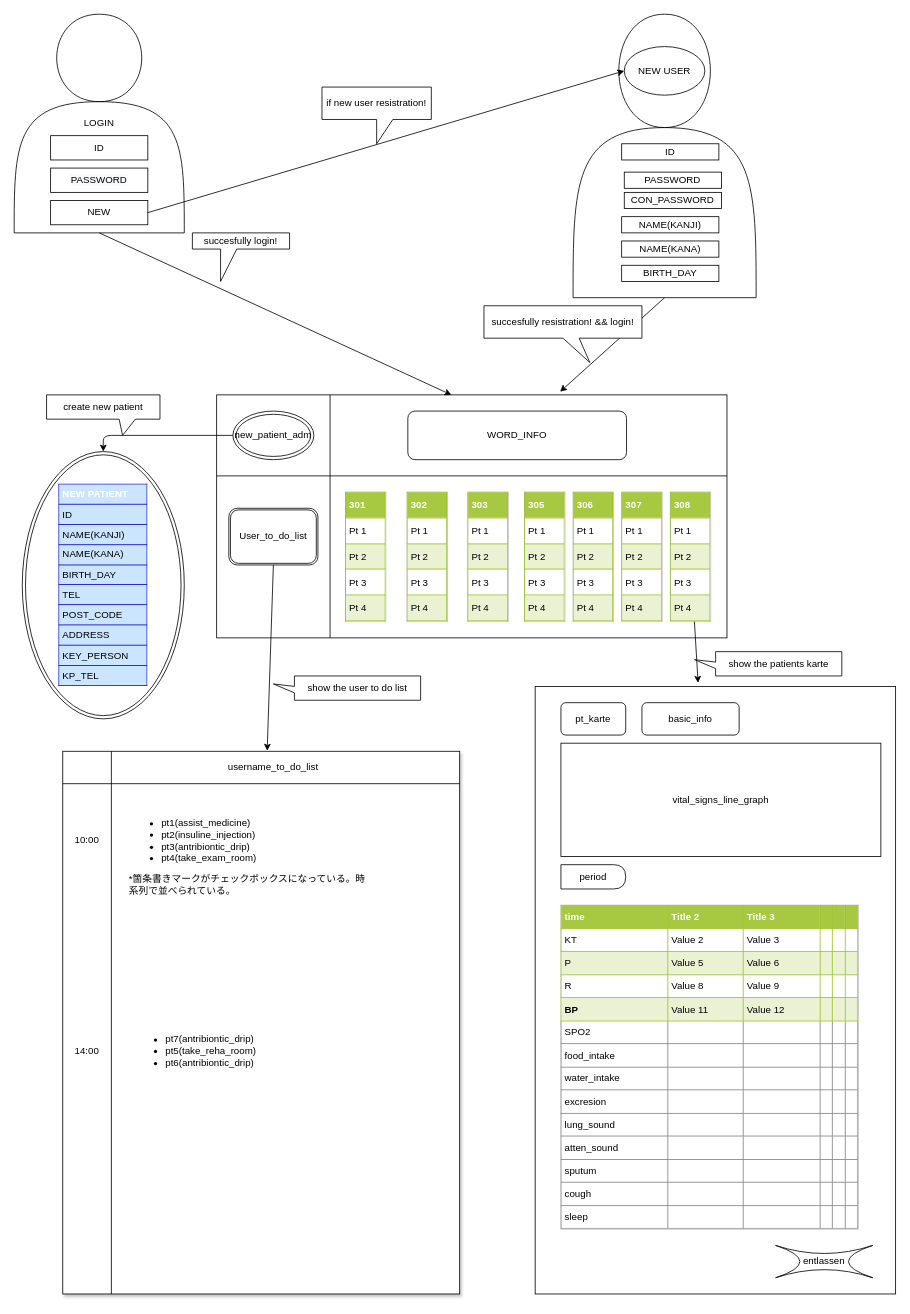
albion9007/karte1 keeps this draw.io diagram as draws/Screen_transition.drawio. Above is the earlier version. Source tidied: cells renumbered, new cells numbered last; positions are measured from the earlier drawing's top-left corner, leaving out a move shared by most shapes. Both pictures are drawn from the tidied source at 81%, with x=0, y=0 at pixel (14, 14).
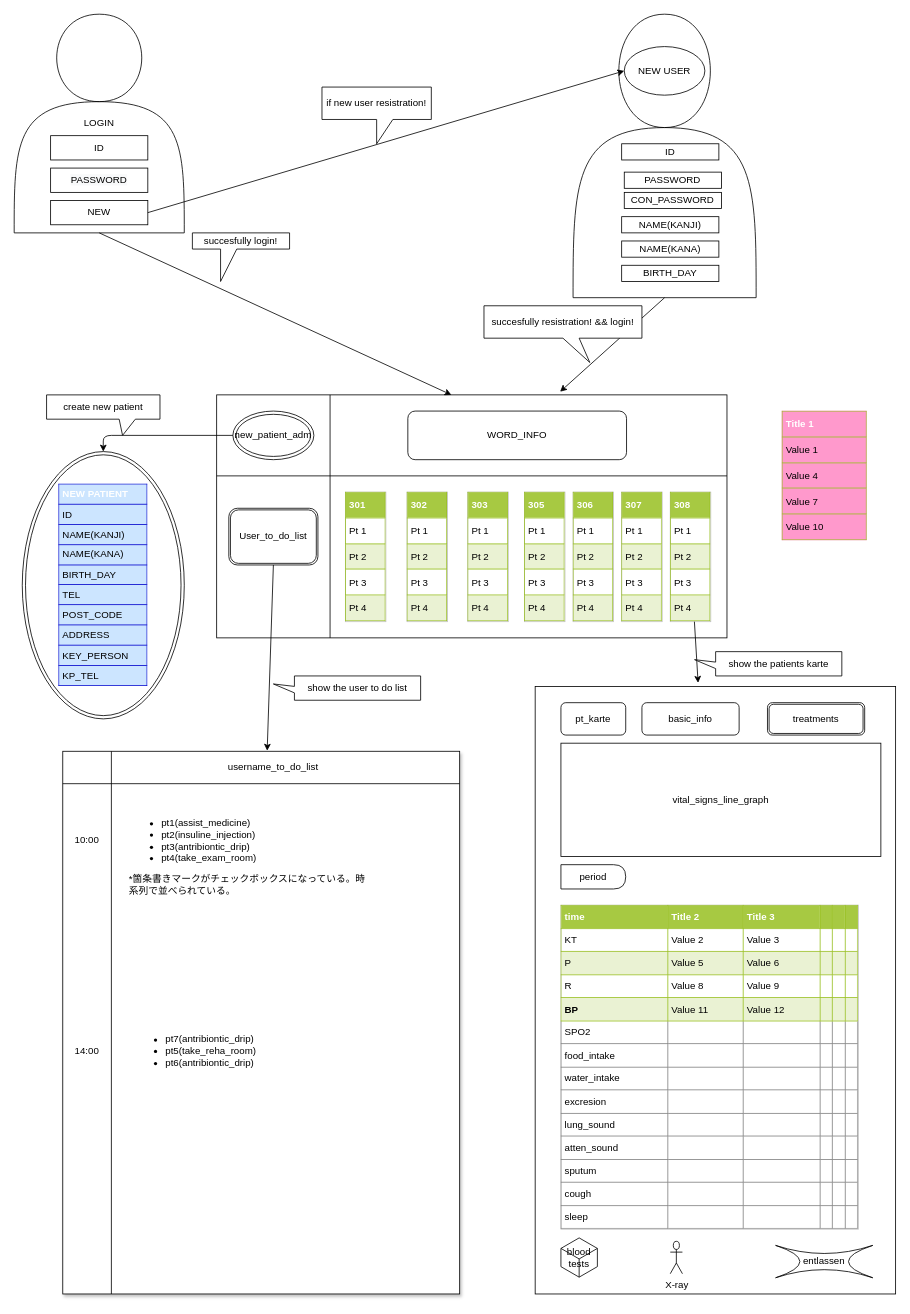
Above is the later version.

The edit, as a diff of the source:
```diff
@@
+    <mxCell id="53" value="treatments" style="shape=ext;double=1;rounded=1;whiteSpace=wrap;html=1;" parent="1" vertex="1">
+      <mxGeometry x="930" y="850" width="120" height="40" as="geometry" />
+    </mxCell>
+    <mxCell id="54" value="blood tests" style="html=1;whiteSpace=wrap;shape=isoCube;backgroundOutline=1;" parent="1" vertex="1">
+      <mxGeometry x="675" y="1510" width="45" height="50" as="geometry" />
+    </mxCell>
+    <mxCell id="55" value="X-ray" style="shape=umlActor;verticalLabelPosition=bottom;labelBackgroundColor=#ffffff;verticalAlign=top;html=1;" parent="1" vertex="1">
+      <mxGeometry x="810" y="1515" width="15" height="40" as="geometry" />
+    </mxCell>
+    <mxCell id="56" value="&lt;table border=&quot;1&quot; width=&quot;100%&quot; cellpadding=&quot;4&quot; style=&quot;width: 100% ; height: 100% ; border-collapse: collapse&quot;&gt;&lt;tbody&gt;&lt;tr style=&quot;color: rgb(255, 255, 255); border: 1px solid rgb(152, 191, 33);&quot;&gt;&lt;th align=&quot;left&quot;&gt;Title 1&lt;/th&gt;&lt;/tr&gt;&lt;tr style=&quot;border: 1px solid #98bf21&quot;&gt;&lt;td&gt;Value 1&lt;/td&gt;&lt;/tr&gt;&lt;tr style=&quot;border: 1px solid rgb(152, 191, 33);&quot;&gt;&lt;td&gt;Value 4&lt;/td&gt;&lt;/tr&gt;&lt;tr style=&quot;border: 1px solid #98bf21&quot;&gt;&lt;td&gt;Value 7&lt;/td&gt;&lt;/tr&gt;&lt;tr style=&quot;border: 1px solid rgb(152, 191, 33);&quot;&gt;&lt;td&gt;Value 10&lt;/td&gt;&lt;/tr&gt;&lt;/tbody&gt;&lt;/table&gt;" style="text;html=1;overflow=fill;rounded=0;fillColor=#ffffff;labelBackgroundColor=#FF99CC;" parent="1" vertex="1">
+      <mxGeometry x="947.5" y="490" width="105" height="160" as="geometry" />
+    </mxCell>
```
